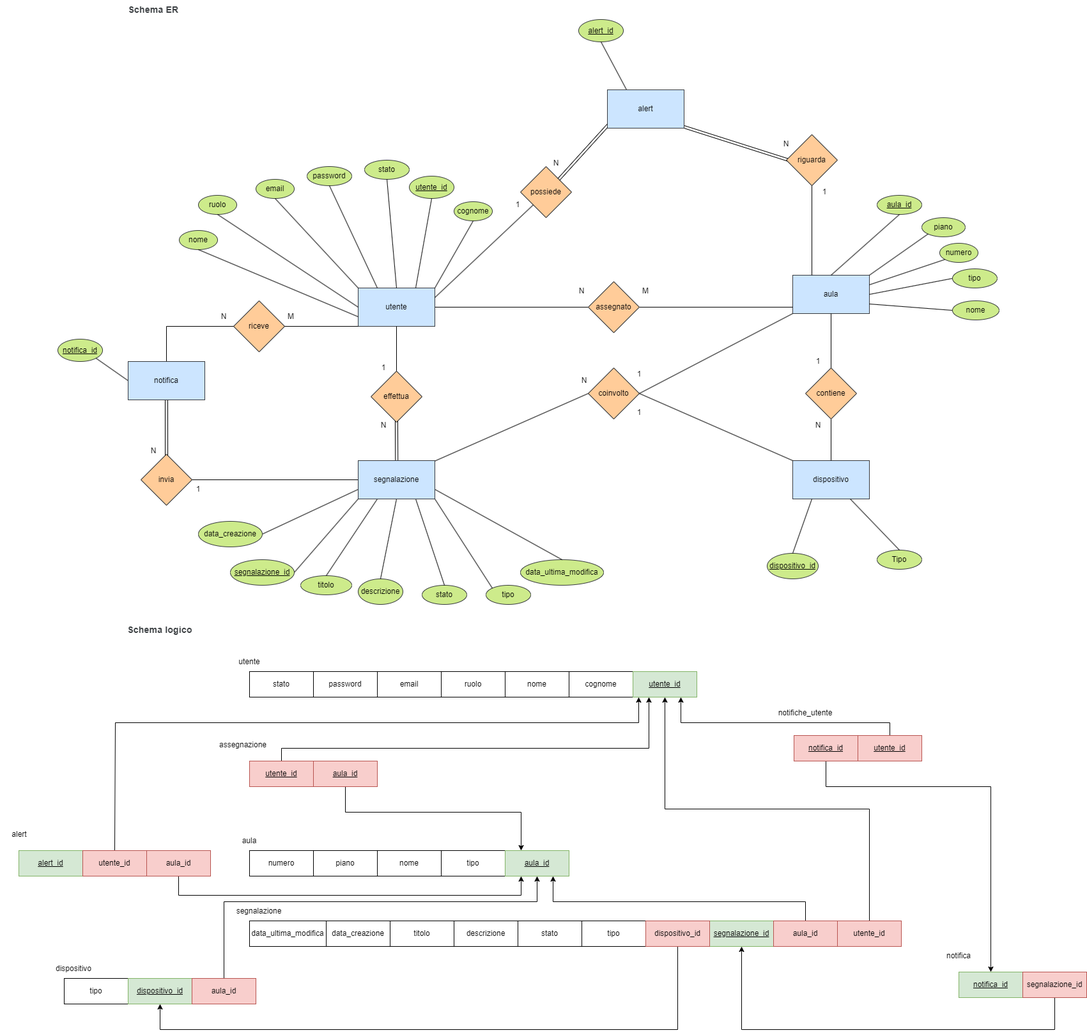
The draw.io diagram HelpDesk/doc/schemaER&logico.png in Andreaverdik/Capolavoro, before a commit. Source tidied: cells renumbered, new cells last; positions are measured from the earlier drawing's top-left corner, leaving out a move shared by most shapes.
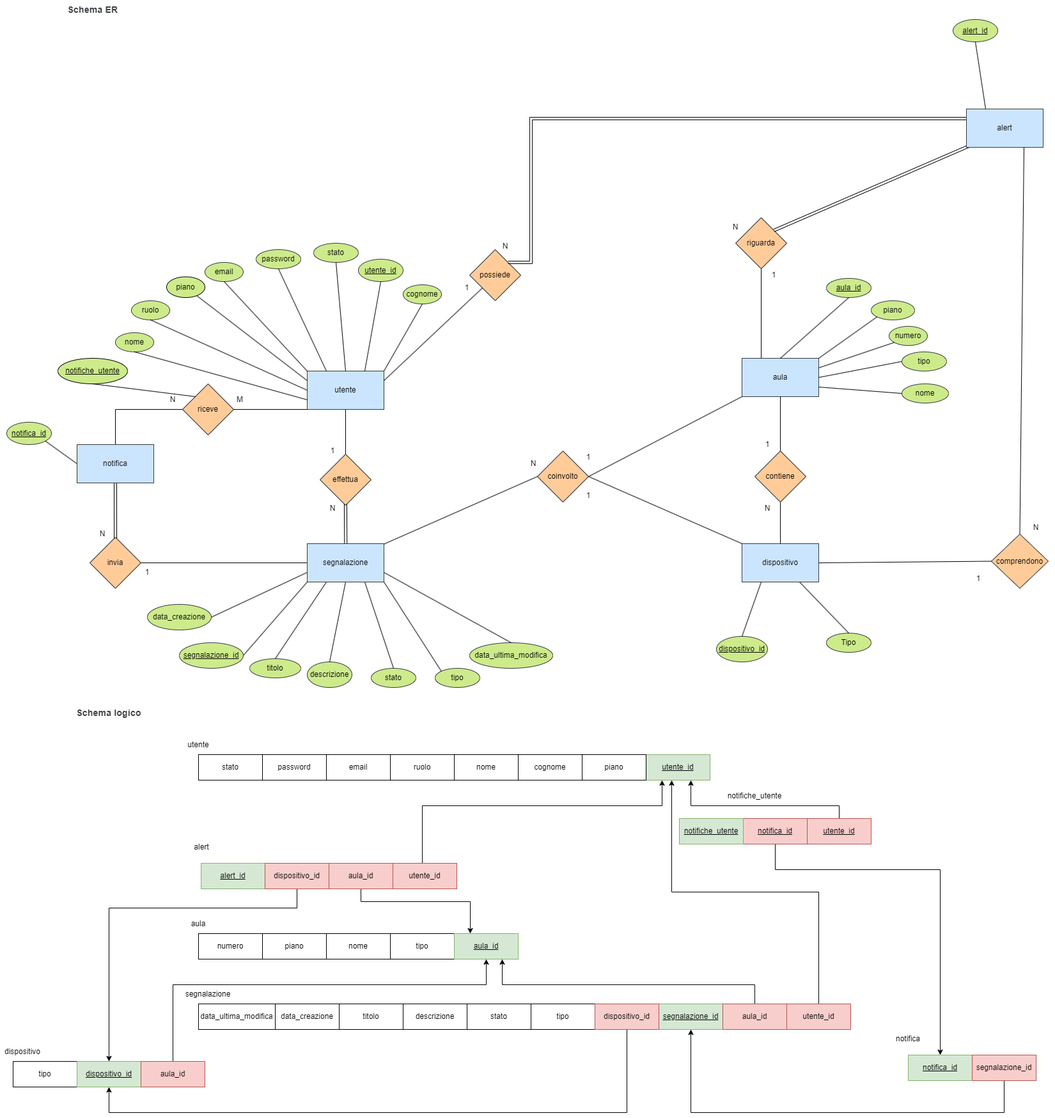
Later version of the same file.

Diff of the diagram source:
```diff
@@ -2,9 +2,6 @@
   <root>
     <mxCell id="0" />
     <mxCell id="1" parent="0" />
-    <mxCell id="2" style="edgeStyle=orthogonalEdgeStyle;rounded=0;jettySize=auto;html=1;exitX=1;exitY=0.5;exitDx=0;exitDy=0;entryX=0;entryY=0.5;entryDx=0;entryDy=0;endArrow=none;endFill=0;" parent="1" edge="1" source="3" target="97">
-      <mxGeometry relative="1" as="geometry" />
-    </mxCell>
     <mxCell id="3" value="utente" style="rounded=0;whiteSpace=wrap;html=1;fillColor=#cce5ff;strokeColor=#36393d;" parent="1" vertex="1">
       <mxGeometry x="560" y="450" width="120" height="60" as="geometry" />
     </mxCell>
@@ -51,10 +48,10 @@
       <mxGeometry x="480" y="260" width="70" height="30" as="geometry" />
     </mxCell>
     <mxCell id="18" value="ruolo" style="ellipse;whiteSpace=wrap;html=1;fillColor=#cdeb8b;strokeColor=#36393d;" parent="1" vertex="1">
-      <mxGeometry x="310" y="305" width="60" height="30" as="geometry" />
+      <mxGeometry x="285" y="340" width="60" height="30" as="geometry" />
     </mxCell>
     <mxCell id="19" value="nome" style="ellipse;whiteSpace=wrap;html=1;fillColor=#cdeb8b;strokeColor=#36393d;" parent="1" vertex="1">
-      <mxGeometry x="280" y="360" width="60" height="30" as="geometry" />
+      <mxGeometry x="260" y="390" width="60" height="30" as="geometry" />
     </mxCell>
     <mxCell id="20" value="cognome" style="ellipse;whiteSpace=wrap;html=1;fillColor=#cdeb8b;strokeColor=#36393d;" parent="1" vertex="1">
       <mxGeometry x="710" y="315" width="60" height="30" as="geometry" />
@@ -231,7 +228,7 @@
       <mxGeometry relative="1" as="geometry" />
     </mxCell>
     <mxCell id="72" value="&lt;u&gt;utente_id&lt;/u&gt;" style="whiteSpace=wrap;html=1;align=center;fillColor=#d5e8d4;strokeColor=#82b366;" parent="1" vertex="1">
-      <mxGeometry x="990" y="1050" width="100" height="40" as="geometry" />
+      <mxGeometry x="1090" y="1050" width="100" height="40" as="geometry" />
     </mxCell>
     <mxCell id="73" value="segnalazione" style="text;html=1;align=center;verticalAlign=middle;whiteSpace=wrap;rounded=0;" parent="1" vertex="1">
       <mxGeometry x="365" y="1410" width="80" height="30" as="geometry" />
@@ -284,8 +281,15 @@
     <mxCell id="89" value="&lt;u&gt;aula_id&lt;/u&gt;" style="whiteSpace=wrap;html=1;align=center;fillColor=#d5e8d4;strokeColor=#82b366;" parent="1" vertex="1">
       <mxGeometry x="790" y="1330" width="100" height="40" as="geometry" />
     </mxCell>
-    <mxCell id="90" style="edgeStyle=orthogonalEdgeStyle;rounded=0;jettySize=auto;html=1;exitX=0.5;exitY=0;exitDx=0;exitDy=0;entryX=0.5;entryY=1;entryDx=0;entryDy=0;" parent="1" edge="1" source="91" target="72">
-      <mxGeometry relative="1" as="geometry" />
+    <mxCell id="90" style="edgeStyle=orthogonalEdgeStyle;rounded=0;jettySize=auto;html=1;exitX=0.5;exitY=0;exitDx=0;exitDy=0;" parent="1" edge="1" source="91">
+      <mxGeometry relative="1" as="geometry">
+        <mxPoint x="1130" y="1090" as="targetPoint" />
+        <Array as="points">
+          <mxPoint x="1360" y="1265" />
+          <mxPoint x="1130" y="1265" />
+          <mxPoint x="1130" y="1090" />
+        </Array>
+      </mxGeometry>
     </mxCell>
     <mxCell id="91" value="utente_id" style="whiteSpace=wrap;html=1;align=center;fillColor=#f8cecc;strokeColor=#b85450;" parent="1" vertex="1">
       <mxGeometry x="1310" y="1440" width="100" height="40" as="geometry" />
@@ -302,53 +306,11 @@
       <mxGeometry x="300" y="1530" width="100" height="40" as="geometry" />
     </mxCell>
     <mxCell id="94" value="&lt;b style=&quot;-webkit-tap-highlight-color: transparent; color: rgb(60, 64, 67); font-family: Roboto, Arial, sans-serif; font-size: 14px; letter-spacing: 0.2px; text-align: left;&quot;&gt;Schema ER&lt;/b&gt;" style="text;html=1;align=center;verticalAlign=middle;whiteSpace=wrap;rounded=0;" parent="1" vertex="1">
-      <mxGeometry x="195" width="90" height="30" as="geometry" />
+      <mxGeometry x="180" y="-130" width="90" height="30" as="geometry" />
     </mxCell>
     <mxCell id="95" value="&lt;b style=&quot;-webkit-tap-highlight-color: transparent; color: rgb(60, 64, 67); font-family: Roboto, Arial, sans-serif; font-size: 14px; letter-spacing: 0.2px; text-align: left;&quot;&gt;Schema logico&lt;/b&gt;" style="text;html=1;align=center;verticalAlign=middle;whiteSpace=wrap;rounded=0;" parent="1" vertex="1">
       <mxGeometry x="195" y="970" width="110" height="30" as="geometry" />
     </mxCell>
-    <mxCell id="96" style="edgeStyle=orthogonalEdgeStyle;rounded=0;jettySize=auto;html=1;exitX=1;exitY=0.5;exitDx=0;exitDy=0;endArrow=none;endFill=0;" parent="1" edge="1" source="97">
-      <mxGeometry relative="1" as="geometry">
-        <mxPoint x="1240" y="480" as="targetPoint" />
-        <Array as="points">
-          <mxPoint x="1240" y="480" />
-        </Array>
-      </mxGeometry>
-    </mxCell>
-    <mxCell id="97" value="assegnato" style="rhombus;whiteSpace=wrap;html=1;fillColor=#ffcc99;strokeColor=#36393d;" parent="1" vertex="1">
-      <mxGeometry x="920" y="440" width="80" height="80" as="geometry" />
-    </mxCell>
-    <mxCell id="98" value="N" style="text;html=1;align=center;verticalAlign=middle;whiteSpace=wrap;rounded=0;" parent="1" vertex="1">
-      <mxGeometry x="880" y="440" width="60" height="30" as="geometry" />
-    </mxCell>
-    <mxCell id="99" value="M" style="text;html=1;align=center;verticalAlign=middle;whiteSpace=wrap;rounded=0;" parent="1" vertex="1">
-      <mxGeometry x="980" y="440" width="60" height="30" as="geometry" />
-    </mxCell>
-    <mxCell id="100" value="assegnazione" style="text;html=1;align=center;verticalAlign=middle;whiteSpace=wrap;rounded=0;" parent="1" vertex="1">
-      <mxGeometry x="350" y="1150" width="60" height="30" as="geometry" />
-    </mxCell>
-    <mxCell id="101" style="edgeStyle=orthogonalEdgeStyle;rounded=0;jettySize=auto;html=1;exitX=0.5;exitY=0;exitDx=0;exitDy=0;entryX=0.25;entryY=1;entryDx=0;entryDy=0;" parent="1" edge="1" source="102" target="72">
-      <mxGeometry relative="1" as="geometry">
-        <Array as="points">
-          <mxPoint x="440" y="1170" />
-          <mxPoint x="1015" y="1170" />
-        </Array>
-      </mxGeometry>
-    </mxCell>
-    <mxCell id="102" value="&lt;u&gt;utente_id&lt;/u&gt;" style="whiteSpace=wrap;html=1;align=center;fillColor=#f8cecc;strokeColor=#b85450;" parent="1" vertex="1">
-      <mxGeometry x="390" y="1190" width="100" height="40" as="geometry" />
-    </mxCell>
-    <mxCell id="103" style="edgeStyle=orthogonalEdgeStyle;rounded=0;jettySize=auto;html=1;exitX=0.5;exitY=1;exitDx=0;exitDy=0;entryX=0.25;entryY=0;entryDx=0;entryDy=0;" parent="1" edge="1" source="104" target="89">
-      <mxGeometry relative="1" as="geometry">
-        <Array as="points">
-          <mxPoint x="540" y="1270" />
-          <mxPoint x="815" y="1270" />
-        </Array>
-      </mxGeometry>
-    </mxCell>
-    <mxCell id="104" value="&lt;u&gt;aula_id&lt;/u&gt;" style="whiteSpace=wrap;html=1;align=center;fillColor=#f8cecc;strokeColor=#b85450;" parent="1" vertex="1">
-      <mxGeometry x="490" y="1190" width="100" height="40" as="geometry" />
-    </mxCell>
     <mxCell id="105" value="invia" style="rhombus;whiteSpace=wrap;html=1;fillColor=#ffcc99;strokeColor=#36393d;" parent="1" vertex="1">
       <mxGeometry x="220" y="710" width="80" height="80" as="geometry" />
     </mxCell>
@@ -397,7 +359,7 @@
       </mxGeometry>
     </mxCell>
     <mxCell id="117" value="&lt;u&gt;alert_id&lt;/u&gt;" style="ellipse;whiteSpace=wrap;html=1;fillColor=#cdeb8b;strokeColor=#36393d;" parent="1" vertex="1">
-      <mxGeometry x="905" y="30" width="70" height="35" as="geometry" />
+      <mxGeometry x="1570" y="-100" width="70" height="35" as="geometry" />
     </mxCell>
     <mxCell id="118" style="endArrow=none;html=1;rounded=0;entryX=0.5;entryY=1;entryDx=0;entryDy=0;exitX=0.25;exitY=0;exitDx=0;exitDy=0;" parent="1" edge="1" source="144" target="117">
       <mxGeometry relative="1" as="geometry" />
@@ -408,8 +370,13 @@
     <mxCell id="120" style="endArrow=none;html=1;rounded=0;entryX=0;entryY=1;entryDx=0;entryDy=0;exitX=1;exitY=0.25;exitDx=0;exitDy=0;" parent="1" edge="1" source="3" target="119">
       <mxGeometry relative="1" as="geometry" />
     </mxCell>
-    <mxCell id="121" style="endArrow=none;html=1;rounded=0;entryX=0.012;entryY=0.91;entryDx=0;entryDy=0;exitX=1;exitY=0;exitDx=0;exitDy=0;shape=link;entryPerimeter=0;" parent="1" edge="1" source="119" target="144">
-      <mxGeometry relative="1" as="geometry" />
+    <mxCell id="121" style="endArrow=none;html=1;rounded=0;entryX=0;entryY=0.25;entryDx=0;entryDy=0;exitX=1;exitY=0;exitDx=0;exitDy=0;shape=link;edgeStyle=orthogonalEdgeStyle;" parent="1" edge="1" source="119" target="144">
+      <mxGeometry relative="1" as="geometry">
+        <Array as="points">
+          <mxPoint x="910" y="280" />
+          <mxPoint x="910" y="55" />
+        </Array>
+      </mxGeometry>
     </mxCell>
     <mxCell id="122" value="1" style="text;html=1;align=center;verticalAlign=middle;whiteSpace=wrap;rounded=0;" parent="1" vertex="1">
       <mxGeometry x="780" y="305" width="60" height="30" as="geometry" />
@@ -420,7 +387,7 @@
     <mxCell id="124" value="riguarda" style="rhombus;whiteSpace=wrap;html=1;fillColor=#ffcc99;strokeColor=#36393d;" parent="1" vertex="1">
       <mxGeometry x="1230" y="210" width="80" height="80" as="geometry" />
     </mxCell>
-    <mxCell id="125" style="endArrow=none;html=1;rounded=0;exitX=0.992;exitY=0.961;exitDx=0;exitDy=0;shape=link;entryX=0.022;entryY=0.493;entryDx=0;entryDy=0;entryPerimeter=0;exitPerimeter=0;" parent="1" edge="1" source="144" target="124">
+    <mxCell id="125" style="endArrow=none;html=1;rounded=0;exitX=0.028;exitY=0.971;exitDx=0;exitDy=0;shape=link;entryX=1;entryY=0;entryDx=0;entryDy=0;exitPerimeter=0;" parent="1" edge="1" source="144" target="124">
       <mxGeometry relative="1" as="geometry" />
     </mxCell>
     <mxCell id="126" value="N" style="text;html=1;align=center;verticalAlign=middle;whiteSpace=wrap;rounded=0;" parent="1" vertex="1">
@@ -433,35 +400,34 @@
       <mxGeometry relative="1" as="geometry" />
     </mxCell>
     <mxCell id="129" value="alert" style="text;html=1;align=center;verticalAlign=middle;whiteSpace=wrap;rounded=0;" parent="1" vertex="1">
-      <mxGeometry y="1290" width="60" height="30" as="geometry" />
+      <mxGeometry x="365" y="1180" width="60" height="30" as="geometry" />
     </mxCell>
     <mxCell id="130" value="&lt;u&gt;alert_id&lt;/u&gt;" style="whiteSpace=wrap;html=1;align=center;fillColor=#d5e8d4;strokeColor=#82b366;" parent="1" vertex="1">
-      <mxGeometry x="29" y="1330" width="100" height="40" as="geometry" />
+      <mxGeometry x="394" y="1220" width="100" height="40" as="geometry" />
     </mxCell>
-    <mxCell id="131" style="edgeStyle=orthogonalEdgeStyle;rounded=0;jettySize=auto;html=1;exitX=0.5;exitY=0;exitDx=0;exitDy=0;" parent="1" edge="1" source="132">
+    <mxCell id="131" style="edgeStyle=orthogonalEdgeStyle;rounded=0;jettySize=auto;html=1;exitX=0.5;exitY=0;exitDx=0;exitDy=0;entryX=0.25;entryY=1;entryDx=0;entryDy=0;" parent="1" edge="1" source="132" target="72">
       <mxGeometry relative="1" as="geometry">
-        <mxPoint x="998" y="1090" as="targetPoint" />
         <Array as="points">
-          <mxPoint x="180" y="1330" />
-          <mxPoint x="180" y="1130" />
-          <mxPoint x="999" y="1130" />
-          <mxPoint x="999" y="1090" />
+          <mxPoint x="740" y="1220" />
+          <mxPoint x="740" y="1130" />
+          <mxPoint x="1115" y="1130" />
         </Array>
       </mxGeometry>
     </mxCell>
     <mxCell id="132" value="utente_id" style="whiteSpace=wrap;html=1;align=center;fillColor=#f8cecc;strokeColor=#b85450;" parent="1" vertex="1">
-      <mxGeometry x="129" y="1330" width="100" height="40" as="geometry" />
+      <mxGeometry x="694" y="1220" width="100" height="40" as="geometry" />
     </mxCell>
-    <mxCell id="133" style="edgeStyle=orthogonalEdgeStyle;rounded=0;jettySize=auto;html=1;exitX=0.5;exitY=1;exitDx=0;exitDy=0;entryX=0.25;entryY=1;entryDx=0;entryDy=0;" parent="1" edge="1" source="134" target="89">
+    <mxCell id="133" style="edgeStyle=orthogonalEdgeStyle;rounded=0;jettySize=auto;html=1;exitX=0.5;exitY=1;exitDx=0;exitDy=0;" parent="1" edge="1" source="134">
       <mxGeometry relative="1" as="geometry">
+        <mxPoint x="815" y="1330" as="targetPoint" />
         <Array as="points">
-          <mxPoint x="279" y="1400" />
-          <mxPoint x="815" y="1400" />
+          <mxPoint x="644" y="1280" />
+          <mxPoint x="815" y="1280" />
         </Array>
       </mxGeometry>
     </mxCell>
     <mxCell id="134" value="aula_id" style="whiteSpace=wrap;html=1;align=center;fillColor=#f8cecc;strokeColor=#b85450;" parent="1" vertex="1">
-      <mxGeometry x="229" y="1330" width="100" height="40" as="geometry" />
+      <mxGeometry x="594" y="1220" width="100" height="40" as="geometry" />
     </mxCell>
     <mxCell id="135" value="notifica" style="text;html=1;align=center;verticalAlign=middle;whiteSpace=wrap;rounded=0;" parent="1" vertex="1">
       <mxGeometry x="1470" y="1480" width="60" height="30" as="geometry" />
@@ -494,11 +460,13 @@
     <mxCell id="141" value="notifica_id" style="whiteSpace=wrap;html=1;align=center;fillColor=#f8cecc;strokeColor=#b85450;fontStyle=4;" parent="1" vertex="1">
       <mxGeometry x="1242" y="1150" width="100" height="40" as="geometry" />
     </mxCell>
-    <mxCell id="142" style="edgeStyle=orthogonalEdgeStyle;rounded=0;jettySize=auto;html=1;exitX=0.5;exitY=0;exitDx=0;exitDy=0;entryX=0.75;entryY=1;entryDx=0;entryDy=0;" parent="1" edge="1" source="143" target="72">
+    <mxCell id="142" style="edgeStyle=orthogonalEdgeStyle;rounded=0;jettySize=auto;html=1;exitX=0.5;exitY=0;exitDx=0;exitDy=0;" parent="1" edge="1" source="143">
       <mxGeometry relative="1" as="geometry">
+        <mxPoint x="1160" y="1090" as="targetPoint" />
         <Array as="points">
           <mxPoint x="1392" y="1130" />
-          <mxPoint x="1065" y="1130" />
+          <mxPoint x="1160" y="1130" />
+          <mxPoint x="1160" y="1090" />
         </Array>
       </mxGeometry>
     </mxCell>
@@ -506,7 +474,7 @@
       <mxGeometry x="1342" y="1150" width="100" height="40" as="geometry" />
     </mxCell>
     <mxCell id="144" value="alert" style="rounded=0;whiteSpace=wrap;html=1;fillColor=#cce5ff;strokeColor=#36393d;" parent="1" vertex="1">
-      <mxGeometry x="950" y="140" width="120" height="60" as="geometry" />
+      <mxGeometry x="1591" y="40" width="120" height="60" as="geometry" />
     </mxCell>
     <mxCell id="145" value="segnalazione" style="rounded=0;whiteSpace=wrap;html=1;fillColor=#cce5ff;strokeColor=#36393d;" parent="1" vertex="1">
       <mxGeometry x="560" y="720" width="120" height="60" as="geometry" />
@@ -536,5 +504,49 @@
     <mxCell id="150" value="aula_id" style="whiteSpace=wrap;html=1;align=center;fillColor=#f8cecc;strokeColor=#b85450;" parent="1" vertex="1">
       <mxGeometry x="1210" y="1440" width="100" height="40" as="geometry" />
     </mxCell>
+    <mxCell id="151" style="endArrow=none;html=1;rounded=0;exitX=0;exitY=0.25;exitDx=0;exitDy=0;" parent="1" edge="1" source="3" target="152">
+      <mxGeometry relative="1" as="geometry" />
+    </mxCell>
+    <mxCell id="152" value="piano" style="ellipse;whiteSpace=wrap;html=1;fillColor=#CDEB8B;strokeColor=default;" parent="1" vertex="1">
+      <mxGeometry x="340" y="302.5" width="60" height="32.5" as="geometry" />
+    </mxCell>
+    <mxCell id="153" style="endArrow=none;html=1;rounded=0;entryX=0;entryY=0;entryDx=0;entryDy=0;exitX=0.5;exitY=1;exitDx=0;exitDy=0;" parent="1" edge="1" source="154" target="108">
+      <mxGeometry relative="1" as="geometry" />
+    </mxCell>
+    <mxCell id="154" value="&lt;u&gt;notifiche_utente&lt;/u&gt;" style="ellipse;whiteSpace=wrap;html=1;fillColor=#CDEB8B;" parent="1" vertex="1">
+      <mxGeometry x="170" y="430" width="109" height="40" as="geometry" />
+    </mxCell>
+    <mxCell id="155" style="endArrow=none;html=1;rounded=0;entryX=0.75;entryY=1;entryDx=0;entryDy=0;exitX=0.5;exitY=0;exitDx=0;exitDy=0;" parent="1" edge="1" source="156" target="144">
+      <mxGeometry relative="1" as="geometry" />
+    </mxCell>
+    <mxCell id="156" value="comprendono" style="rhombus;whiteSpace=wrap;html=1;fillColor=#ffcc99;strokeColor=#36393d;" parent="1" vertex="1">
+      <mxGeometry x="1630" y="705" width="89" height="85" as="geometry" />
+    </mxCell>
+    <mxCell id="157" style="endArrow=none;html=1;rounded=0;entryX=0;entryY=0.5;entryDx=0;entryDy=0;exitX=1;exitY=0.5;exitDx=0;exitDy=0;" parent="1" edge="1" source="5" target="156">
+      <mxGeometry relative="1" as="geometry" />
+    </mxCell>
+    <mxCell id="98" value="N" style="text;html=1;align=center;verticalAlign=middle;whiteSpace=wrap;rounded=0;" parent="1" vertex="1">
+      <mxGeometry x="1670" y="680" width="60" height="30" as="geometry" />
+    </mxCell>
+    <mxCell id="158" value="1" style="text;html=1;align=center;verticalAlign=middle;whiteSpace=wrap;rounded=0;" parent="1" vertex="1">
+      <mxGeometry x="1580" y="760" width="60" height="30" as="geometry" />
+    </mxCell>
+    <mxCell id="159" value="piano" style="whiteSpace=wrap;html=1;align=center;" parent="1" vertex="1">
+      <mxGeometry x="990" y="1050" width="100" height="40" as="geometry" />
+    </mxCell>
+    <mxCell id="160" style="edgeStyle=orthogonalEdgeStyle;rounded=0;jettySize=auto;html=1;exitX=0.5;exitY=1;exitDx=0;exitDy=0;entryX=0.5;entryY=0;entryDx=0;entryDy=0;" parent="1" edge="1" source="161" target="83">
+      <mxGeometry relative="1" as="geometry">
+        <Array as="points">
+          <mxPoint x="544" y="1290" />
+          <mxPoint x="250" y="1290" />
+        </Array>
+      </mxGeometry>
+    </mxCell>
+    <mxCell id="161" value="dispositivo_id" style="whiteSpace=wrap;html=1;align=center;fillColor=#f8cecc;strokeColor=#b85450;" parent="1" vertex="1">
+      <mxGeometry x="494" y="1220" width="100" height="40" as="geometry" />
+    </mxCell>
+    <mxCell id="162" value="&lt;u&gt;notifiche_utente&lt;/u&gt;" style="whiteSpace=wrap;html=1;align=center;fillColor=#d5e8d4;strokeColor=#82b366;" parent="1" vertex="1">
+      <mxGeometry x="1142" y="1150" width="100" height="40" as="geometry" />
+    </mxCell>
   </root>
 </mxGraphModel>
```
